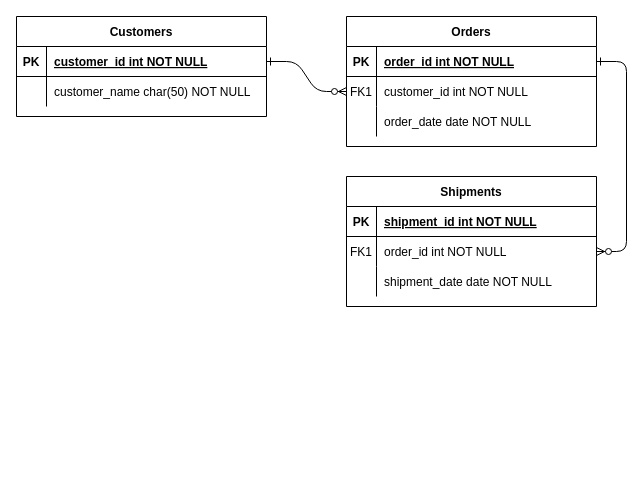
This is 제목 없는 다이어그램.drawio from pwoogi/week04_practice, a draw.io file, before an edit. Source tidied: cells renumbered, new cells numbered last; positions are measured from the earlier drawing's top-left corner, leaving out a move shared by most shapes. Both pictures are drawn from the tidied source at 100%, with x=0, y=0 at pixel (16, 16).
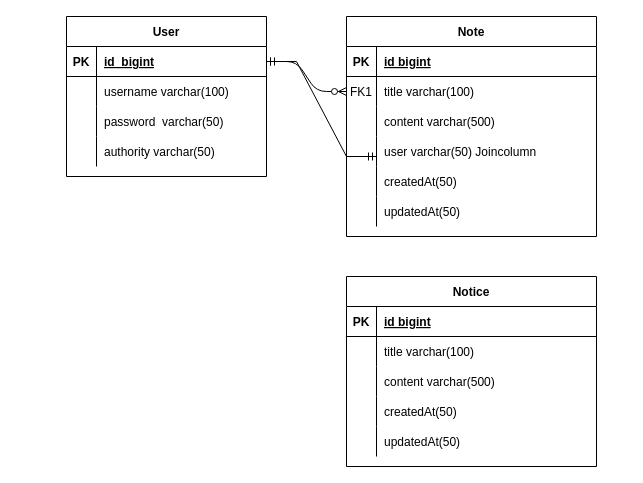
The same diagram, later.

Commit message:
BoardProject ERD

Unchanged cells that the change refers to:
```xml
<mxCell id="5" style="shape=partialRectangle;fillColor=none;points=[[0,0.5],[1,0.5]];portConstraint=eastwest;top=0;left=0;right=0;bottom=1;" parent="4" vertex="1">
  <mxGeometry y="30" width="250" height="30" as="geometry" />
</mxCell>
<mxCell id="8" style="shape=partialRectangle;fillColor=none;points=[[0,0.5],[1,0.5]];portConstraint=eastwest;top=0;left=0;right=0;bottom=0;" parent="4" vertex="1">
  <mxGeometry y="60" width="250" height="30" as="geometry" />
</mxCell>
<mxCell id="11" style="shape=partialRectangle;fillColor=none;top=0;left=0;right=0;bottom=0;" parent="4" vertex="1">
  <mxGeometry y="90" width="250" height="30" as="geometry" />
</mxCell>
<mxCell id="15" style="shape=partialRectangle;fillColor=none;top=0;left=0;right=0;bottom=1;" parent="14" vertex="1">
  <mxGeometry y="30" width="250" height="30" as="geometry" />
</mxCell>
<mxCell id="18" style="shape=partialRectangle;fillColor=none;points=[[0,0.5],[1,0.5]];portConstraint=eastwest;top=0;left=0;right=0;bottom=0;" parent="14" vertex="1">
  <mxGeometry y="60" width="250" height="30" as="geometry" />
</mxCell>
<mxCell id="21" style="shape=partialRectangle;fillColor=none;top=0;left=0;right=0;bottom=0;" parent="14" vertex="1">
  <mxGeometry y="90" width="250" height="30" as="geometry" />
</mxCell>
```

What changed in the source:
```diff
@@
-    <mxCell id="3" style="edgeStyle=entityRelationEdgeStyle;endArrow=ERzeroToMany;startArrow=ERone;endFill=1;startFill=0;" parent="1" edge="1" source="5" target="18">
-      <mxGeometry relative="1" as="geometry" />
-    </mxCell>
-    <mxCell id="4" value="Orders" style="shape=table;startSize=30;childLayout=tableLayout;rowLines=0;fontStyle=1;align=center;" parent="1" vertex="1">
-      <mxGeometry x="330" width="250" height="130" as="geometry" />
+    <mxCell id="4" value="Note" style="shape=table;startSize=30;childLayout=tableLayout;rowLines=0;fontStyle=1;align=center;" parent="1" vertex="1">
+      <mxGeometry x="330" width="250" height="220" as="geometry" />
     </mxCell>
@@
-    <mxCell id="7" value="order_id int NOT NULL " style="shape=partialRectangle;overflow=hidden;fillColor=none;top=0;left=0;bottom=0;right=0;align=left;spacingLeft=6;fontStyle=5;" parent="5" vertex="1">
+    <mxCell id="7" value="id bigint" style="shape=partialRectangle;overflow=hidden;fillColor=none;top=0;left=0;bottom=0;right=0;align=left;spacingLeft=6;fontStyle=5;" parent="5" vertex="1">
       <mxGeometry x="30" width="220" height="30" as="geometry" />
     </mxCell>
@@
-    <mxCell id="10" value="customer_id int NOT NULL" style="shape=partialRectangle;overflow=hidden;fillColor=none;top=0;left=0;bottom=0;right=0;align=left;spacingLeft=6;" parent="8" vertex="1">
+    <mxCell id="10" value="title varchar(100)" style="shape=partialRectangle;overflow=hidden;fillColor=none;top=0;left=0;bottom=0;right=0;align=left;spacingLeft=6;" parent="8" vertex="1">
       <mxGeometry x="30" width="220" height="30" as="geometry" />
     </mxCell>
@@
-    <mxCell id="13" value="order_date date NOT NULL" style="shape=partialRectangle;overflow=hidden;fillColor=none;top=0;left=0;bottom=0;right=0;align=left;spacingLeft=6;" parent="11" vertex="1">
+    <mxCell id="13" value="content varchar(500)" style="shape=partialRectangle;overflow=hidden;fillColor=none;top=0;left=0;bottom=0;right=0;align=left;spacingLeft=6;" parent="11" vertex="1">
       <mxGeometry x="30" width="220" height="30" as="geometry" />
     </mxCell>
+    <mxCell id="31" style="shape=partialRectangle;fillColor=none;top=0;left=0;right=0;bottom=0;" parent="4" vertex="1">
+      <mxGeometry y="120" width="250" height="30" as="geometry" />
+    </mxCell>
+    <mxCell id="32" style="shape=partialRectangle;overflow=hidden;fillColor=none;top=0;left=0;bottom=0;right=0;" parent="31" vertex="1">
+      <mxGeometry width="30" height="30" as="geometry" />
+    </mxCell>
+    <mxCell id="33" value="user varchar(50) Joincolumn" style="shape=partialRectangle;overflow=hidden;fillColor=none;top=0;left=0;bottom=0;right=0;align=left;spacingLeft=6;" parent="31" vertex="1">
+      <mxGeometry x="30" width="220" height="30" as="geometry" />
+    </mxCell>
+    <mxCell id="34" style="shape=partialRectangle;fillColor=none;top=0;left=0;right=0;bottom=0;" parent="4" vertex="1">
+      <mxGeometry y="150" width="250" height="30" as="geometry" />
+    </mxCell>
+    <mxCell id="35" style="shape=partialRectangle;overflow=hidden;fillColor=none;top=0;left=0;bottom=0;right=0;" parent="34" vertex="1">
+      <mxGeometry width="30" height="30" as="geometry" />
+    </mxCell>
+    <mxCell id="36" value="createdAt(50)" style="shape=partialRectangle;overflow=hidden;fillColor=none;top=0;left=0;bottom=0;right=0;align=left;spacingLeft=6;" parent="34" vertex="1">
+      <mxGeometry x="30" width="220" height="30" as="geometry" />
+    </mxCell>
+    <mxCell id="37" style="shape=partialRectangle;fillColor=none;top=0;left=0;right=0;bottom=0;" parent="4" vertex="1">
+      <mxGeometry y="180" width="250" height="30" as="geometry" />
+    </mxCell>
+    <mxCell id="38" style="shape=partialRectangle;overflow=hidden;fillColor=none;top=0;left=0;bottom=0;right=0;" parent="37" vertex="1">
+      <mxGeometry width="30" height="30" as="geometry" />
+    </mxCell>
+    <mxCell id="39" value="updatedAt(50)" style="shape=partialRectangle;overflow=hidden;fillColor=none;top=0;left=0;bottom=0;right=0;align=left;spacingLeft=6;" parent="37" vertex="1">
+      <mxGeometry x="30" width="220" height="30" as="geometry" />
+    </mxCell>
-    <mxCell id="14" value="Shipments" style="shape=table;startSize=30;childLayout=tableLayout;rowLines=0;fontStyle=1;align=center;" parent="1" vertex="1">
-      <mxGeometry x="330" y="160" width="250" height="130" as="geometry" />
+    <mxCell id="14" value="Notice" style="shape=table;startSize=30;childLayout=tableLayout;rowLines=0;fontStyle=1;align=center;" parent="1" vertex="1">
+      <mxGeometry x="330" y="260" width="250" height="190" as="geometry" />
     </mxCell>
@@
-    <mxCell id="17" value="shipment_id int NOT NULL " style="shape=partialRectangle;overflow=hidden;fillColor=none;top=0;left=0;bottom=0;right=0;align=left;spacingLeft=6;fontStyle=5;" parent="15" vertex="1">
+    <mxCell id="17" value="id bigint" style="shape=partialRectangle;overflow=hidden;fillColor=none;top=0;left=0;bottom=0;right=0;align=left;spacingLeft=6;fontStyle=5;" parent="15" vertex="1">
       <mxGeometry x="30" width="220" height="30" as="geometry" />
     </mxCell>
@@
-    <mxCell id="19" value="FK1" style="shape=partialRectangle;overflow=hidden;fillColor=none;top=0;left=0;bottom=0;right=0;" parent="18" vertex="1">
+    <mxCell id="19" style="shape=partialRectangle;overflow=hidden;fillColor=none;top=0;left=0;bottom=0;right=0;" parent="18" vertex="1">
       <mxGeometry width="30" height="30" as="geometry" />
     </mxCell>
-    <mxCell id="20" value="order_id int NOT NULL" style="shape=partialRectangle;overflow=hidden;fillColor=none;top=0;left=0;bottom=0;right=0;align=left;spacingLeft=6;" parent="18" vertex="1">
+    <mxCell id="20" value="title varchar(100)" style="shape=partialRectangle;overflow=hidden;fillColor=none;top=0;left=0;bottom=0;right=0;align=left;spacingLeft=6;" parent="18" vertex="1">
       <mxGeometry x="30" width="220" height="30" as="geometry" />
     </mxCell>
@@
-    <mxCell id="23" value="shipment_date date NOT NULL" style="shape=partialRectangle;overflow=hidden;fillColor=none;top=0;left=0;bottom=0;right=0;align=left;spacingLeft=6;" parent="21" vertex="1">
+    <mxCell id="23" value="content varchar(500)" style="shape=partialRectangle;overflow=hidden;fillColor=none;top=0;left=0;bottom=0;right=0;align=left;spacingLeft=6;" parent="21" vertex="1">
       <mxGeometry x="30" width="220" height="30" as="geometry" />
     </mxCell>
+    <mxCell id="40" style="shape=partialRectangle;fillColor=none;top=0;left=0;right=0;bottom=0;" parent="14" vertex="1">
+      <mxGeometry y="120" width="250" height="30" as="geometry" />
+    </mxCell>
+    <mxCell id="41" style="shape=partialRectangle;overflow=hidden;fillColor=none;top=0;left=0;bottom=0;right=0;" parent="40" vertex="1">
+      <mxGeometry width="30" height="30" as="geometry" />
+    </mxCell>
+    <mxCell id="42" value="createdAt(50)" style="shape=partialRectangle;overflow=hidden;fillColor=none;top=0;left=0;bottom=0;right=0;align=left;spacingLeft=6;" parent="40" vertex="1">
+      <mxGeometry x="30" width="220" height="30" as="geometry" />
+    </mxCell>
+    <mxCell id="43" style="shape=partialRectangle;fillColor=none;top=0;left=0;right=0;bottom=0;" parent="14" vertex="1">
+      <mxGeometry y="150" width="250" height="30" as="geometry" />
+    </mxCell>
+    <mxCell id="44" style="shape=partialRectangle;overflow=hidden;fillColor=none;top=0;left=0;bottom=0;right=0;" parent="43" vertex="1">
+      <mxGeometry width="30" height="30" as="geometry" />
+    </mxCell>
+    <mxCell id="45" value="updatedAt(50)" style="shape=partialRectangle;overflow=hidden;fillColor=none;top=0;left=0;bottom=0;right=0;align=left;spacingLeft=6;" parent="43" vertex="1">
+      <mxGeometry x="30" width="220" height="30" as="geometry" />
+    </mxCell>
-    <mxCell id="24" value="Customers" style="shape=table;startSize=30;childLayout=tableLayout;rowLines=0;fontStyle=1;align=center;" parent="1" vertex="1">
-      <mxGeometry width="250" height="100" as="geometry" />
+    <mxCell id="24" value="User" style="shape=table;startSize=30;childLayout=tableLayout;rowLines=0;fontStyle=1;align=center;" parent="1" vertex="1">
+      <mxGeometry x="50" width="200" height="160" as="geometry" />
     </mxCell>
     <mxCell id="25" style="shape=partialRectangle;fillColor=none;points=[[0,0.5],[1,0.5]];portConstraint=eastwest;top=0;left=0;right=0;bottom=1;" parent="24" vertex="1">
-      <mxGeometry y="30" width="250" height="30" as="geometry" />
+      <mxGeometry y="30" width="200" height="30" as="geometry" />
     </mxCell>
@@
-    <mxCell id="27" value="customer_id int NOT NULL " style="shape=partialRectangle;overflow=hidden;fillColor=none;top=0;left=0;bottom=0;right=0;align=left;spacingLeft=6;fontStyle=5;" parent="25" vertex="1">
-      <mxGeometry x="30" width="220" height="30" as="geometry" />
+    <mxCell id="27" value="id_bigint" style="shape=partialRectangle;overflow=hidden;fillColor=none;top=0;left=0;bottom=0;right=0;align=left;spacingLeft=6;fontStyle=5;" parent="25" vertex="1">
+      <mxGeometry x="30" width="170" height="30" as="geometry" />
     </mxCell>
     <mxCell id="28" style="shape=partialRectangle;fillColor=none;top=0;left=0;right=0;bottom=0;" parent="24" vertex="1">
-      <mxGeometry y="60" width="250" height="30" as="geometry" />
+      <mxGeometry y="60" width="200" height="30" as="geometry" />
     </mxCell>
@@
-    <mxCell id="30" value="customer_name char(50) NOT NULL" style="shape=partialRectangle;overflow=hidden;fillColor=none;top=0;left=0;bottom=0;right=0;align=left;spacingLeft=6;" parent="28" vertex="1">
-      <mxGeometry x="30" width="220" height="30" as="geometry" />
+    <mxCell id="30" value="username varchar(100)" style="shape=partialRectangle;overflow=hidden;fillColor=none;top=0;left=0;bottom=0;right=0;align=left;spacingLeft=6;" parent="28" vertex="1">
+      <mxGeometry x="30" width="170" height="30" as="geometry" />
     </mxCell>
+    <mxCell id="46" style="shape=partialRectangle;fillColor=none;top=0;left=0;right=0;bottom=0;" parent="24" vertex="1">
+      <mxGeometry y="90" width="200" height="30" as="geometry" />
+    </mxCell>
+    <mxCell id="47" style="shape=partialRectangle;overflow=hidden;fillColor=none;top=0;left=0;bottom=0;right=0;" parent="46" vertex="1">
+      <mxGeometry width="30" height="30" as="geometry" />
+    </mxCell>
+    <mxCell id="48" value="password  varchar(50)" style="shape=partialRectangle;overflow=hidden;fillColor=none;top=0;left=0;bottom=0;right=0;align=left;spacingLeft=6;" parent="46" vertex="1">
+      <mxGeometry x="30" width="170" height="30" as="geometry" />
+    </mxCell>
+    <mxCell id="49" style="shape=partialRectangle;fillColor=none;top=0;left=0;right=0;bottom=0;" parent="24" vertex="1">
+      <mxGeometry y="120" width="200" height="30" as="geometry" />
+    </mxCell>
+    <mxCell id="50" style="shape=partialRectangle;overflow=hidden;fillColor=none;top=0;left=0;bottom=0;right=0;" parent="49" vertex="1">
+      <mxGeometry width="30" height="30" as="geometry" />
+    </mxCell>
+    <mxCell id="51" value="authority varchar(50)" style="shape=partialRectangle;overflow=hidden;fillColor=none;top=0;left=0;bottom=0;right=0;align=left;spacingLeft=6;" parent="49" vertex="1">
+      <mxGeometry x="30" width="170" height="30" as="geometry" />
+    </mxCell>
+    <mxCell id="52" style="edgeStyle=entityRelationEdgeStyle;fontSize=12;html=1;endArrow=ERmandOne;startArrow=ERmandOne;rounded=0;" parent="1" edge="1" source="25">
+      <mxGeometry relative="1" as="geometry">
+        <mxPoint x="360" y="140" as="targetPoint" />
+      </mxGeometry>
+    </mxCell>
```
